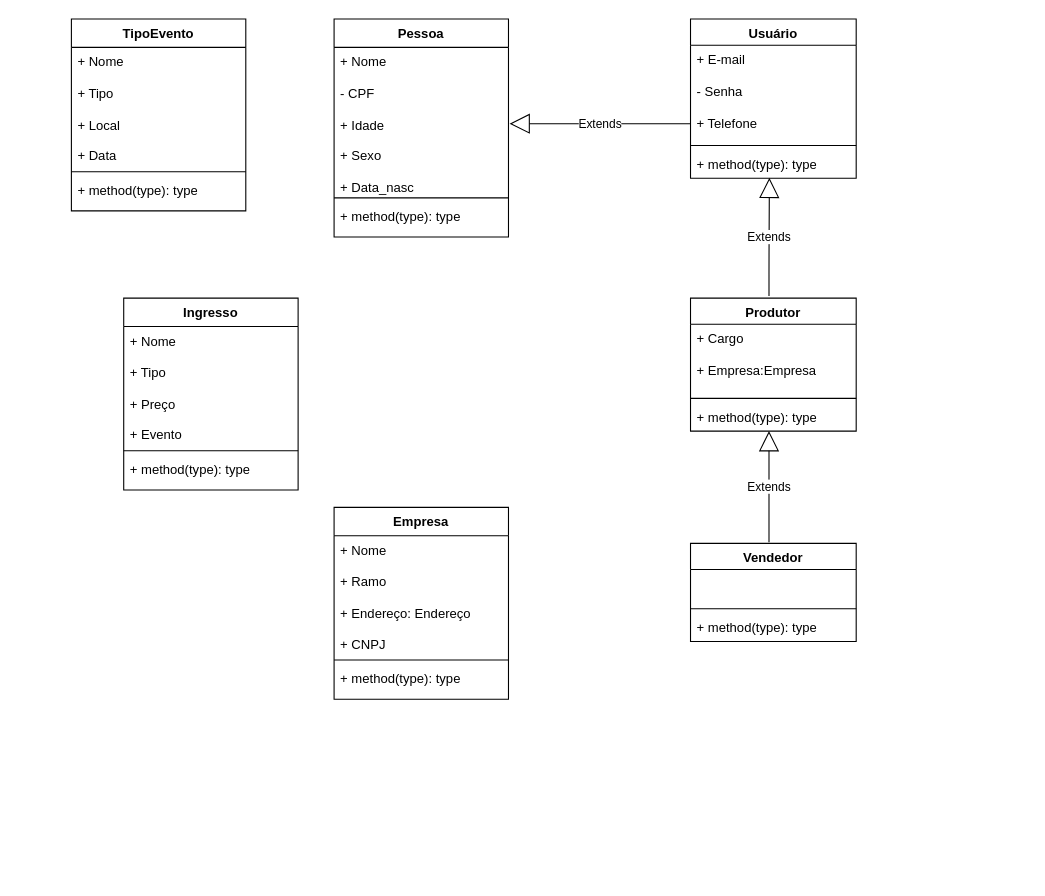
LucasVolp/gestart_cultura keeps this draw.io diagram as modelagem.drawio. Above is the earlier version. Source tidied: cells renumbered, new cells numbered last; positions are measured from the earlier drawing's top-left corner, leaving out a move shared by most shapes. Both pictures are drawn from the tidied source at 109%, with x=0, y=0 at pixel (71, 19).
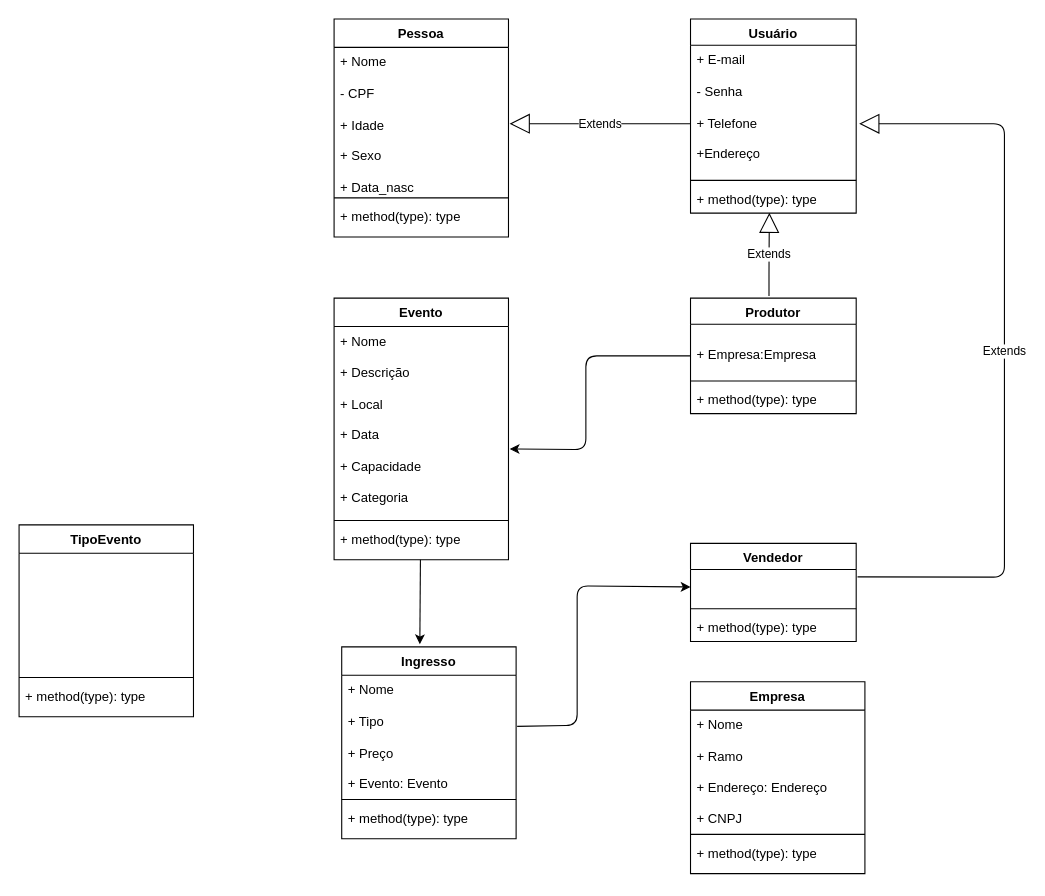
Above is the later version.

Commit message (it also covers changes not shown here):
atualização(completando métodos)

The change refers to these unchanged cells:
```xml
<mxCell id="16" value="&lt;div&gt;&lt;div&gt;&lt;span style=&quot;background-color: transparent;&quot;&gt;&lt;br&gt;&lt;/span&gt;&lt;/div&gt;&lt;/div&gt;" style="text;strokeColor=none;fillColor=none;align=left;verticalAlign=top;spacingLeft=4;spacingRight=4;overflow=hidden;points=[[0,0.5],[1,0.5]];portConstraint=eastwest;whiteSpace=wrap;html=1;" parent="15" vertex="1">
  <mxGeometry y="24" width="152" height="32" as="geometry" />
</mxCell>
```

Change to the diagram source:
```diff
@@
     <mxCell id="7" value="Usuário" style="swimlane;fontStyle=1;align=center;verticalAlign=top;horizontal=1;startSize=24;whiteSpace=wrap;html=1;" parent="1" vertex="1">
-      <mxGeometry x="568" width="152" height="146" as="geometry" />
+      <mxGeometry x="568" width="152" height="178" as="geometry" />
     </mxCell>
-    <mxCell id="8" value="&lt;span style=&quot;background-color: transparent;&quot;&gt;&lt;font color=&quot;#000000&quot;&gt;+ E-mail&lt;/font&gt;&lt;/span&gt;&lt;div&gt;&lt;br&gt;&lt;/div&gt;&lt;div&gt;- Senha&lt;/div&gt;&lt;div&gt;&lt;br&gt;&lt;/div&gt;&lt;div&gt;+ Telefone&lt;/div&gt;&lt;div&gt;&lt;br&gt;&lt;/div&gt;&lt;div&gt;&lt;br&gt;&lt;/div&gt;&lt;div&gt;&lt;br&gt;&lt;/div&gt;&lt;div&gt;&lt;br&gt;&lt;div&gt;&lt;span style=&quot;background-color: transparent;&quot;&gt;&lt;br&gt;&lt;/span&gt;&lt;/div&gt;&lt;/div&gt;" style="text;strokeColor=none;fillColor=none;align=left;verticalAlign=top;spacingLeft=4;spacingRight=4;overflow=hidden;points=[[0,0.5],[1,0.5]];portConstraint=eastwest;whiteSpace=wrap;html=1;" parent="7" vertex="1">
-      <mxGeometry y="24" width="152" height="88" as="geometry" />
+    <mxCell id="8" value="&lt;span style=&quot;background-color: transparent;&quot;&gt;&lt;font color=&quot;#000000&quot;&gt;+ E-mail&lt;/font&gt;&lt;/span&gt;&lt;div&gt;&lt;br&gt;&lt;/div&gt;&lt;div&gt;- Senha&lt;/div&gt;&lt;div&gt;&lt;br&gt;&lt;/div&gt;&lt;div&gt;+ Telefone&lt;/div&gt;&lt;div&gt;&lt;br&gt;&lt;/div&gt;&lt;div&gt;+Endereço&lt;/div&gt;&lt;div&gt;&lt;br&gt;&lt;/div&gt;&lt;div&gt;&lt;br&gt;&lt;/div&gt;&lt;div&gt;&lt;br&gt;&lt;/div&gt;&lt;div&gt;&lt;br&gt;&lt;div&gt;&lt;span style=&quot;background-color: transparent;&quot;&gt;&lt;br&gt;&lt;/span&gt;&lt;/div&gt;&lt;/div&gt;" style="text;strokeColor=none;fillColor=none;align=left;verticalAlign=top;spacingLeft=4;spacingRight=4;overflow=hidden;points=[[0,0.5],[1,0.5]];portConstraint=eastwest;whiteSpace=wrap;html=1;" parent="7" vertex="1">
+      <mxGeometry y="24" width="152" height="120" as="geometry" />
     </mxCell>
     <mxCell id="9" style="line;strokeWidth=1;fillColor=none;align=left;verticalAlign=middle;spacingTop=-1;spacingLeft=3;spacingRight=3;labelPosition=right;strokeColor=inherit;" parent="7" vertex="1">
-      <mxGeometry y="112" width="152" height="8" as="geometry" />
+      <mxGeometry y="144" width="152" height="8" as="geometry" />
     </mxCell>
     <mxCell id="10" value="+ method(type): type" style="text;strokeColor=none;fillColor=none;align=left;verticalAlign=top;spacingLeft=4;spacingRight=4;overflow=hidden;points=[[0,0.5],[1,0.5]];portConstraint=eastwest;whiteSpace=wrap;html=1;" parent="7" vertex="1">
-      <mxGeometry y="120" width="152" height="26" as="geometry" />
+      <mxGeometry y="152" width="152" height="26" as="geometry" />
     </mxCell>
+    <mxCell id="33" style="edgeStyle=none;html=1;entryX=1.007;entryY=0.646;entryDx=0;entryDy=0;entryPerimeter=0;" parent="1" edge="1" source="11" target="35">
+      <mxGeometry relative="1" as="geometry">
+        <Array as="points">
+          <mxPoint x="472" y="309" />
+          <mxPoint x="472" y="395" />
+        </Array>
+      </mxGeometry>
+    </mxCell>
     <mxCell id="11" value="Produtor" style="swimlane;fontStyle=1;align=center;verticalAlign=top;horizontal=1;startSize=24;whiteSpace=wrap;html=1;" parent="1" vertex="1">
-      <mxGeometry x="568" y="256" width="152" height="122" as="geometry" />
+      <mxGeometry x="568" y="256" width="152" height="106" as="geometry" />
     </mxCell>
-    <mxCell id="12" value="&lt;div&gt;&lt;span style=&quot;background-color: transparent;&quot;&gt;+ Cargo&lt;/span&gt;&lt;br&gt;&lt;/div&gt;&lt;div&gt;&lt;br&gt;&lt;/div&gt;&lt;div&gt;+ Empresa:Empresa&lt;/div&gt;&lt;div&gt;&lt;br&gt;&lt;/div&gt;&lt;div&gt;&lt;br&gt;&lt;/div&gt;&lt;div&gt;&lt;br&gt;&lt;/div&gt;&lt;div&gt;&lt;br&gt;&lt;div&gt;&lt;span style=&quot;background-color: transparent;&quot;&gt;&lt;br&gt;&lt;/span&gt;&lt;/div&gt;&lt;/div&gt;" style="text;strokeColor=none;fillColor=none;align=left;verticalAlign=top;spacingLeft=4;spacingRight=4;overflow=hidden;whiteSpace=wrap;html=1;" parent="11" vertex="1">
-      <mxGeometry y="24" width="152" height="64" as="geometry" />
+    <mxCell id="12" value="&lt;div&gt;&lt;br&gt;&lt;/div&gt;&lt;div&gt;+ Empresa:Empresa&lt;/div&gt;&lt;div&gt;&lt;br&gt;&lt;/div&gt;&lt;div&gt;&lt;br&gt;&lt;/div&gt;&lt;div&gt;&lt;br&gt;&lt;/div&gt;&lt;div&gt;&lt;br&gt;&lt;div&gt;&lt;span style=&quot;background-color: transparent;&quot;&gt;&lt;br&gt;&lt;/span&gt;&lt;/div&gt;&lt;/div&gt;" style="text;strokeColor=none;fillColor=none;align=left;verticalAlign=top;spacingLeft=4;spacingRight=4;overflow=hidden;whiteSpace=wrap;html=1;" parent="11" vertex="1">
+      <mxGeometry y="24" width="152" height="48" as="geometry" />
     </mxCell>
     <mxCell id="13" style="line;strokeWidth=1;fillColor=none;align=left;verticalAlign=middle;spacingTop=-1;spacingLeft=3;spacingRight=3;labelPosition=right;strokeColor=inherit;" parent="11" vertex="1">
-      <mxGeometry y="88" width="152" height="8" as="geometry" />
+      <mxGeometry y="72" width="152" height="8" as="geometry" />
     </mxCell>
     <mxCell id="14" value="+ method(type): type" style="text;strokeColor=none;fillColor=none;align=left;verticalAlign=top;spacingLeft=4;spacingRight=4;overflow=hidden;whiteSpace=wrap;html=1;" parent="11" vertex="1">
-      <mxGeometry y="96" width="152" height="26" as="geometry" />
+      <mxGeometry y="80" width="152" height="26" as="geometry" />
     </mxCell>
@@
-    <mxCell id="20" value="Extends" style="endArrow=block;endSize=16;endFill=0;html=1;entryX=0.476;entryY=0.985;entryDx=0;entryDy=0;entryPerimeter=0;" parent="1" edge="1">
+    <mxCell id="20" value="Extends" style="endArrow=block;endSize=16;endFill=0;html=1;exitX=1.008;exitY=0.21;exitDx=0;exitDy=0;exitPerimeter=0;entryX=1.018;entryY=0.601;entryDx=0;entryDy=0;entryPerimeter=0;" parent="1" edge="1" source="16" target="8">
       <mxGeometry relative="1" as="geometry">
-        <mxPoint x="640" y="480" as="sourcePoint" />
-        <mxPoint x="640" y="378" as="targetPoint" />
         <Array as="points">
-          <mxPoint x="640" y="456" />
+          <mxPoint x="856" y="512" />
+          <mxPoint x="856" y="96" />
         </Array>
       </mxGeometry>
     </mxCell>
     <mxCell id="21" value="TipoEvento" style="swimlane;fontStyle=1;align=center;verticalAlign=top;horizontal=1;startSize=26;whiteSpace=wrap;html=1;" parent="1" vertex="1">
-      <mxGeometry width="160" height="176" as="geometry" />
+      <mxGeometry x="-48" y="464" width="160" height="176" as="geometry" />
     </mxCell>
-    <mxCell id="22" value="&lt;div&gt;+ Nome&lt;/div&gt;&lt;div&gt;&lt;br&gt;&lt;/div&gt;&lt;div&gt;+ Tipo&lt;/div&gt;&lt;div&gt;&lt;br&gt;&lt;/div&gt;&lt;div&gt;+ Local&amp;nbsp;&lt;/div&gt;&lt;div&gt;&lt;br&gt;&lt;/div&gt;&lt;div&gt;+ Data&lt;/div&gt;&lt;div&gt;&lt;br&gt;&lt;/div&gt;&lt;div&gt;&lt;br&gt;&lt;/div&gt;&lt;div&gt;&lt;br&gt;&lt;/div&gt;&lt;div&gt;&lt;br&gt;&lt;/div&gt;&lt;div&gt;&lt;br&gt;&lt;/div&gt;" style="text;strokeColor=none;fillColor=none;align=left;verticalAlign=top;spacingLeft=4;spacingRight=4;overflow=hidden;whiteSpace=wrap;html=1;" parent="21" vertex="1">
+    <mxCell id="22" value="&lt;div&gt;&lt;br&gt;&lt;/div&gt;&lt;div&gt;&lt;br&gt;&lt;/div&gt;" style="text;strokeColor=none;fillColor=none;align=left;verticalAlign=top;spacingLeft=4;spacingRight=4;overflow=hidden;whiteSpace=wrap;html=1;" parent="21" vertex="1">
       <mxGeometry y="26" width="160" height="110" as="geometry" />
     </mxCell>
@@
     <mxCell id="25" value="Ingresso" style="swimlane;fontStyle=1;align=center;verticalAlign=top;horizontal=1;startSize=26;whiteSpace=wrap;html=1;" parent="1" vertex="1">
-      <mxGeometry x="48" y="256" width="160" height="176" as="geometry" />
+      <mxGeometry x="248" y="576" width="160" height="176" as="geometry" />
     </mxCell>
-    <mxCell id="26" value="&lt;div&gt;+ Nome&lt;/div&gt;&lt;div&gt;&lt;br&gt;&lt;/div&gt;&lt;div&gt;+ Tipo&lt;/div&gt;&lt;div&gt;&lt;br&gt;&lt;/div&gt;&lt;div&gt;+ Preço&amp;nbsp;&lt;/div&gt;&lt;div&gt;&lt;br&gt;&lt;/div&gt;&lt;div&gt;+ Evento&lt;/div&gt;&lt;div&gt;&lt;br&gt;&lt;/div&gt;&lt;div&gt;&lt;br&gt;&lt;/div&gt;&lt;div&gt;&lt;br&gt;&lt;/div&gt;&lt;div&gt;&lt;br&gt;&lt;/div&gt;&lt;div&gt;&lt;br&gt;&lt;/div&gt;" style="text;strokeColor=none;fillColor=none;align=left;verticalAlign=top;spacingLeft=4;spacingRight=4;overflow=hidden;points=[[0,0.5],[1,0.5]];portConstraint=eastwest;whiteSpace=wrap;html=1;" parent="25" vertex="1">
+    <mxCell id="26" value="&lt;div&gt;+ Nome&lt;/div&gt;&lt;div&gt;&lt;br&gt;&lt;/div&gt;&lt;div&gt;+ Tipo&lt;/div&gt;&lt;div&gt;&lt;br&gt;&lt;/div&gt;&lt;div&gt;+ Preço&amp;nbsp;&lt;/div&gt;&lt;div&gt;&lt;br&gt;&lt;/div&gt;&lt;div&gt;+ Evento: Evento&lt;/div&gt;&lt;div&gt;&lt;br&gt;&lt;/div&gt;&lt;div&gt;&lt;br&gt;&lt;/div&gt;&lt;div&gt;&lt;br&gt;&lt;/div&gt;&lt;div&gt;&lt;br&gt;&lt;/div&gt;&lt;div&gt;&lt;br&gt;&lt;/div&gt;" style="text;strokeColor=none;fillColor=none;align=left;verticalAlign=top;spacingLeft=4;spacingRight=4;overflow=hidden;points=[[0,0.5],[1,0.5]];portConstraint=eastwest;whiteSpace=wrap;html=1;" parent="25" vertex="1">
       <mxGeometry y="26" width="160" height="110" as="geometry" />
     </mxCell>
@@
     <mxCell id="29" value="Empresa" style="swimlane;fontStyle=1;align=center;verticalAlign=top;horizontal=1;startSize=26;whiteSpace=wrap;html=1;" parent="1" vertex="1">
-      <mxGeometry x="241" y="448" width="160" height="176" as="geometry" />
+      <mxGeometry x="568" y="608" width="160" height="176" as="geometry" />
     </mxCell>
@@
+    <mxCell id="34" value="Evento" style="swimlane;fontStyle=1;align=center;verticalAlign=top;horizontal=1;startSize=26;whiteSpace=wrap;html=1;" parent="1" vertex="1">
+      <mxGeometry x="241" y="256" width="160" height="240" as="geometry" />
+    </mxCell>
+    <mxCell id="35" value="&lt;div&gt;+ Nome&lt;/div&gt;&lt;div&gt;&lt;br&gt;&lt;/div&gt;&lt;div&gt;+ Descrição&lt;/div&gt;&lt;div&gt;&lt;br&gt;&lt;/div&gt;&lt;div&gt;+ Local&amp;nbsp;&lt;/div&gt;&lt;div&gt;&lt;br&gt;&lt;/div&gt;&lt;div&gt;+ Data&lt;/div&gt;&lt;div&gt;&lt;br&gt;&lt;/div&gt;&lt;div&gt;+ Capacidade&lt;/div&gt;&lt;div&gt;&lt;br&gt;&lt;/div&gt;&lt;div&gt;+ Categoria&lt;/div&gt;&lt;div&gt;&lt;br&gt;&lt;/div&gt;&lt;div&gt;&lt;br&gt;&lt;/div&gt;&lt;div&gt;&lt;br&gt;&lt;/div&gt;&lt;div&gt;&lt;br&gt;&lt;/div&gt;" style="text;strokeColor=none;fillColor=none;align=left;verticalAlign=top;spacingLeft=4;spacingRight=4;overflow=hidden;points=[[0,0.5],[1,0.5]];portConstraint=eastwest;whiteSpace=wrap;html=1;" parent="34" vertex="1">
+      <mxGeometry y="26" width="160" height="174" as="geometry" />
+    </mxCell>
+    <mxCell id="36" style="line;strokeWidth=1;fillColor=none;align=left;verticalAlign=middle;spacingTop=-1;spacingLeft=3;spacingRight=3;labelPosition=right;strokeColor=inherit;" parent="34" vertex="1">
+      <mxGeometry y="200" width="160" height="8" as="geometry" />
+    </mxCell>
+    <mxCell id="37" value="+ method(type): type" style="text;strokeColor=none;fillColor=none;align=left;verticalAlign=top;spacingLeft=4;spacingRight=4;overflow=hidden;whiteSpace=wrap;html=1;" parent="34" vertex="1">
+      <mxGeometry y="208" width="160" height="32" as="geometry" />
+    </mxCell>
+    <mxCell id="38" style="edgeStyle=none;html=1;entryX=0.448;entryY=-0.014;entryDx=0;entryDy=0;entryPerimeter=0;" parent="1" edge="1" source="34" target="25">
+      <mxGeometry relative="1" as="geometry" />
+    </mxCell>
+    <mxCell id="39" style="edgeStyle=none;html=1;entryX=0;entryY=0.5;entryDx=0;entryDy=0;exitX=1.006;exitY=0.426;exitDx=0;exitDy=0;exitPerimeter=0;" parent="1" edge="1" source="26" target="16">
+      <mxGeometry relative="1" as="geometry">
+        <Array as="points">
+          <mxPoint x="464" y="648" />
+          <mxPoint x="464" y="520" />
+        </Array>
+      </mxGeometry>
+    </mxCell>
```
